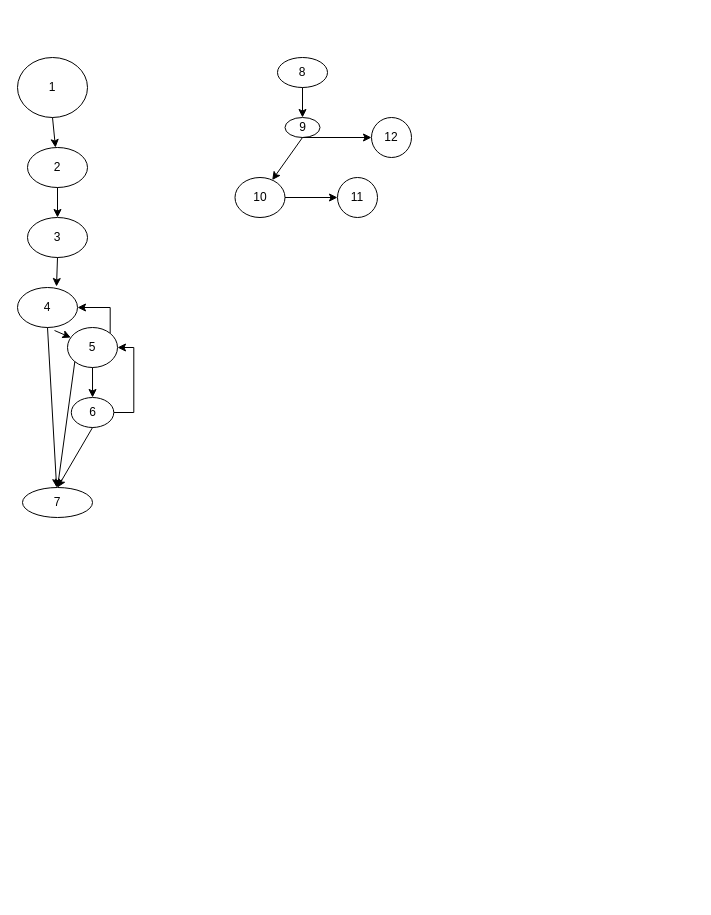
The draw.io diagram Diagrama sin título.drawio in joqix/PrimerVideojuego, before the edit. Source tidied: cells renumbered, new cells numbered last; positions are measured from the earlier drawing's top-left corner, leaving out a move shared by most shapes. Both pictures are drawn from the tidied source at 100%, with x=0, y=0 at pixel (17, 57).
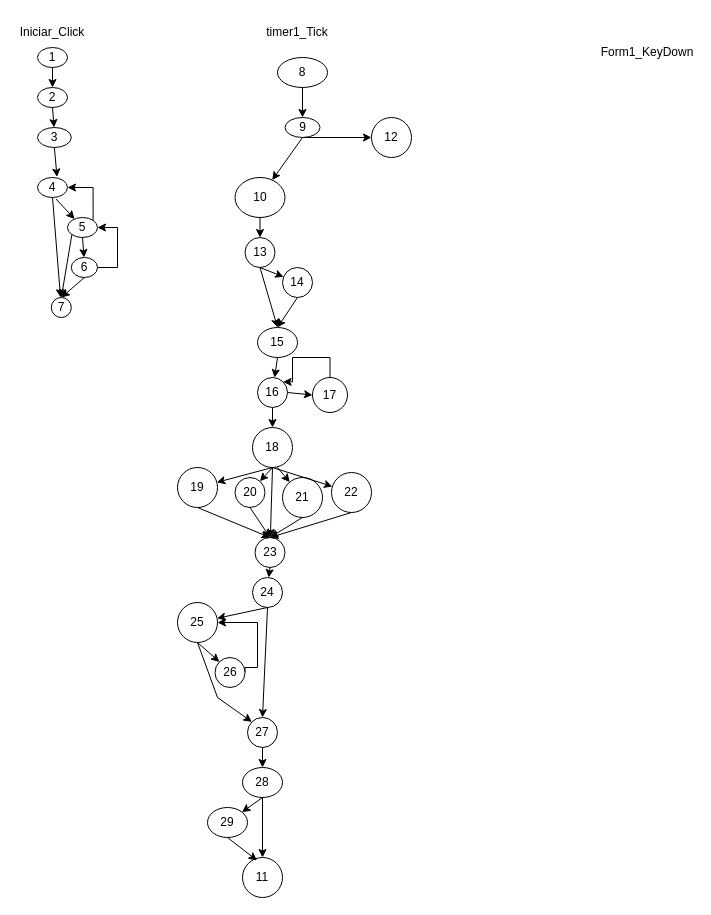
The same page after the edit.

The change refers to these unchanged cells:
```xml
<mxCell id="23" value="10" style="ellipse;whiteSpace=wrap;html=1;" parent="1" vertex="1">
  <mxGeometry x="217.5" y="120" width="50" height="40" as="geometry" />
</mxCell>
```

Change to the diagram source:
```diff
@@
     <mxCell id="2" value="1" style="ellipse;whiteSpace=wrap;html=1;" parent="1" vertex="1">
-      <mxGeometry width="70" height="60" as="geometry" />
+      <mxGeometry x="20" y="-10" width="30" height="20" as="geometry" />
     </mxCell>
@@
     <mxCell id="4" value="2" style="ellipse;whiteSpace=wrap;html=1;" parent="1" vertex="1">
-      <mxGeometry x="10" y="90" width="60" height="40" as="geometry" />
+      <mxGeometry x="20" y="30" width="30" height="20" as="geometry" />
     </mxCell>
@@
     <mxCell id="6" value="3" style="ellipse;whiteSpace=wrap;html=1;" parent="1" vertex="1">
-      <mxGeometry x="10" y="160" width="60" height="40" as="geometry" />
+      <mxGeometry x="20" y="70" width="33.8" height="20" as="geometry" />
     </mxCell>
@@
     <mxCell id="8" value="4" style="ellipse;whiteSpace=wrap;html=1;" parent="1" vertex="1">
-      <mxGeometry y="230" width="60" height="40" as="geometry" />
+      <mxGeometry x="20" y="120" width="30" height="20" as="geometry" />
     </mxCell>
@@
     <mxCell id="12" value="5" style="ellipse;whiteSpace=wrap;html=1;" parent="1" vertex="1">
-      <mxGeometry x="50" y="270" width="50" height="40" as="geometry" />
+      <mxGeometry x="50" y="160" width="30" height="20" as="geometry" />
     </mxCell>
@@
     <mxCell id="15" value="6" style="ellipse;whiteSpace=wrap;html=1;" parent="1" vertex="1">
-      <mxGeometry x="53.8" y="340" width="42.5" height="30" as="geometry" />
+      <mxGeometry x="53.8" y="200" width="26.2" height="20" as="geometry" />
     </mxCell>
     <mxCell id="16" value="7" style="ellipse;whiteSpace=wrap;html=1;" parent="1" vertex="1">
-      <mxGeometry x="5" y="430" width="70" height="30" as="geometry" />
+      <mxGeometry x="33.8" y="240" width="20" height="20" as="geometry" />
     </mxCell>
@@
-    <mxCell id="26" style="endArrow=classic;html=1;rounded=0;exitX=1;exitY=0.5;exitDx=0;exitDy=0;" parent="1" edge="1" source="23" target="27">
-      <mxGeometry relative="1" as="geometry" />
-    </mxCell>
     <mxCell id="27" value="11" style="ellipse;whiteSpace=wrap;html=1;" parent="1" vertex="1">
-      <mxGeometry x="320" y="120" width="40" height="40" as="geometry" />
+      <mxGeometry x="225" y="800" width="40" height="40" as="geometry" />
     </mxCell>
+    <mxCell id="28" value="Iniciar_Click" style="text;html=1;strokeColor=none;fillColor=none;align=center;verticalAlign=middle;whiteSpace=wrap;rounded=0;" parent="1" vertex="1">
+      <mxGeometry x="5" y="-40" width="60" height="30" as="geometry" />
+    </mxCell>
+    <mxCell id="29" value="timer1_Tick" style="text;html=1;strokeColor=none;fillColor=none;align=center;verticalAlign=middle;whiteSpace=wrap;rounded=0;" parent="1" vertex="1">
+      <mxGeometry x="250" y="-40" width="60" height="30" as="geometry" />
+    </mxCell>
+    <mxCell id="30" value="Form1_KeyDown" style="text;html=1;strokeColor=none;fillColor=none;align=center;verticalAlign=middle;whiteSpace=wrap;rounded=0;" parent="1" vertex="1">
+      <mxGeometry x="600" y="-20" width="60" height="30" as="geometry" />
+    </mxCell>
+    <mxCell id="31" style="endArrow=classic;html=1;rounded=0;exitX=0.5;exitY=1;exitDx=0;exitDy=0;" parent="1" edge="1" source="23" target="32">
+      <mxGeometry relative="1" as="geometry" />
+    </mxCell>
+    <mxCell id="32" value="13" style="ellipse;whiteSpace=wrap;html=1;" parent="1" vertex="1">
+      <mxGeometry x="227.5" y="180" width="30" height="30" as="geometry" />
+    </mxCell>
+    <mxCell id="33" style="endArrow=classic;html=1;rounded=0;exitX=0.5;exitY=1;exitDx=0;exitDy=0;entryX=0.5;entryY=0;entryDx=0;entryDy=0;" parent="1" edge="1" source="32" target="36">
+      <mxGeometry relative="1" as="geometry" />
+    </mxCell>
+    <mxCell id="34" style="endArrow=classic;html=1;rounded=0;exitX=0.5;exitY=1;exitDx=0;exitDy=0;" parent="1" edge="1" source="32" target="35">
+      <mxGeometry relative="1" as="geometry" />
+    </mxCell>
+    <mxCell id="35" value="14" style="ellipse;whiteSpace=wrap;html=1;" parent="1" vertex="1">
+      <mxGeometry x="265" y="210" width="30" height="30" as="geometry" />
+    </mxCell>
+    <mxCell id="36" value="15&lt;br&gt;" style="ellipse;whiteSpace=wrap;html=1;" parent="1" vertex="1">
+      <mxGeometry x="240" y="270" width="40" height="30" as="geometry" />
+    </mxCell>
+    <mxCell id="37" style="endArrow=classic;html=1;rounded=0;exitX=0.5;exitY=1;exitDx=0;exitDy=0;entryX=0.5;entryY=0;entryDx=0;entryDy=0;" parent="1" edge="1" source="35" target="36">
+      <mxGeometry relative="1" as="geometry" />
+    </mxCell>
+    <mxCell id="38" style="endArrow=classic;html=1;rounded=0;exitX=0.5;exitY=1;exitDx=0;exitDy=0;" parent="1" edge="1" source="36" target="39">
+      <mxGeometry relative="1" as="geometry" />
+    </mxCell>
+    <mxCell id="39" value="16" style="ellipse;whiteSpace=wrap;html=1;" parent="1" vertex="1">
+      <mxGeometry x="240" y="320" width="30" height="30" as="geometry" />
+    </mxCell>
+    <mxCell id="40" style="edgeStyle=orthogonalEdgeStyle;rounded=0;jettySize=auto;html=1;exitX=0.5;exitY=0;exitDx=0;exitDy=0;entryX=1;entryY=0;entryDx=0;entryDy=0;" parent="1" edge="1" source="41" target="39">
+      <mxGeometry relative="1" as="geometry" />
+    </mxCell>
+    <mxCell id="41" value="17&lt;br&gt;" style="ellipse;whiteSpace=wrap;html=1;" parent="1" vertex="1">
+      <mxGeometry x="295" y="320" width="35" height="35" as="geometry" />
+    </mxCell>
+    <mxCell id="42" style="endArrow=classic;html=1;rounded=0;exitX=1;exitY=0.5;exitDx=0;exitDy=0;entryX=0;entryY=0.5;entryDx=0;entryDy=0;" parent="1" edge="1" source="39" target="41">
+      <mxGeometry relative="1" as="geometry" />
+    </mxCell>
+    <mxCell id="43" value="18&lt;br&gt;" style="ellipse;whiteSpace=wrap;html=1;" parent="1" vertex="1">
+      <mxGeometry x="235" y="370" width="40" height="40" as="geometry" />
+    </mxCell>
+    <mxCell id="44" style="endArrow=classic;html=1;rounded=0;exitX=0.5;exitY=1;exitDx=0;exitDy=0;entryX=0.5;entryY=0;entryDx=0;entryDy=0;" parent="1" edge="1" source="39" target="43">
+      <mxGeometry relative="1" as="geometry" />
+    </mxCell>
+    <mxCell id="45" style="endArrow=classic;html=1;rounded=0;exitX=0.5;exitY=1;exitDx=0;exitDy=0;" parent="1" edge="1" source="43" target="46">
+      <mxGeometry relative="1" as="geometry" />
+    </mxCell>
+    <mxCell id="46" value="19" style="ellipse;whiteSpace=wrap;html=1;" parent="1" vertex="1">
+      <mxGeometry x="160" y="410" width="40" height="40" as="geometry" />
+    </mxCell>
+    <mxCell id="47" style="endArrow=classic;html=1;rounded=0;exitX=0.5;exitY=1;exitDx=0;exitDy=0;" parent="1" edge="1" source="43" target="48">
+      <mxGeometry relative="1" as="geometry" />
+    </mxCell>
+    <mxCell id="48" value="20" style="ellipse;whiteSpace=wrap;html=1;" parent="1" vertex="1">
+      <mxGeometry x="217.5" y="420" width="30" height="30" as="geometry" />
+    </mxCell>
+    <mxCell id="49" style="endArrow=classic;html=1;rounded=0;" parent="1" edge="1" target="50">
+      <mxGeometry relative="1" as="geometry">
+        <mxPoint x="260" y="410" as="sourcePoint" />
+      </mxGeometry>
+    </mxCell>
+    <mxCell id="50" value="21" style="ellipse;whiteSpace=wrap;html=1;" parent="1" vertex="1">
+      <mxGeometry x="265" y="420" width="40" height="40" as="geometry" />
+    </mxCell>
+    <mxCell id="51" style="endArrow=classic;html=1;rounded=0;exitX=0.5;exitY=1;exitDx=0;exitDy=0;" parent="1" edge="1" source="43" target="52">
+      <mxGeometry relative="1" as="geometry" />
+    </mxCell>
+    <mxCell id="52" value="22" style="ellipse;whiteSpace=wrap;html=1;" parent="1" vertex="1">
+      <mxGeometry x="314" y="415" width="40" height="40" as="geometry" />
+    </mxCell>
+    <mxCell id="53" style="endArrow=classic;html=1;rounded=0;exitX=0.5;exitY=1;exitDx=0;exitDy=0;" parent="1" edge="1" source="43" target="54">
+      <mxGeometry relative="1" as="geometry" />
+    </mxCell>
+    <mxCell id="54" value="23" style="ellipse;whiteSpace=wrap;html=1;" parent="1" vertex="1">
+      <mxGeometry x="237.5" y="480" width="30" height="30" as="geometry" />
+    </mxCell>
+    <mxCell id="55" style="endArrow=classic;html=1;rounded=0;exitX=0.5;exitY=1;exitDx=0;exitDy=0;entryX=0.5;entryY=0;entryDx=0;entryDy=0;" parent="1" edge="1" source="46" target="54">
+      <mxGeometry relative="1" as="geometry" />
+    </mxCell>
+    <mxCell id="56" style="endArrow=classic;html=1;rounded=0;exitX=0.5;exitY=1;exitDx=0;exitDy=0;entryX=0.5;entryY=0;entryDx=0;entryDy=0;" parent="1" edge="1" source="48" target="54">
+      <mxGeometry relative="1" as="geometry" />
+    </mxCell>
+    <mxCell id="57" style="endArrow=classic;html=1;rounded=0;exitX=0.5;exitY=1;exitDx=0;exitDy=0;entryX=0.5;entryY=0;entryDx=0;entryDy=0;" parent="1" edge="1" source="50" target="54">
+      <mxGeometry relative="1" as="geometry" />
+    </mxCell>
+    <mxCell id="58" style="endArrow=classic;html=1;rounded=0;exitX=0.5;exitY=1;exitDx=0;exitDy=0;entryX=0.5;entryY=0;entryDx=0;entryDy=0;" parent="1" edge="1" source="52" target="54">
+      <mxGeometry relative="1" as="geometry" />
+    </mxCell>
+    <mxCell id="59" style="endArrow=classic;html=1;rounded=0;exitX=0.5;exitY=1;exitDx=0;exitDy=0;" parent="1" edge="1" source="54" target="60">
+      <mxGeometry relative="1" as="geometry" />
+    </mxCell>
+    <mxCell id="60" value="24" style="ellipse;whiteSpace=wrap;html=1;" parent="1" vertex="1">
+      <mxGeometry x="235" y="520" width="30" height="30" as="geometry" />
+    </mxCell>
+    <mxCell id="61" style="endArrow=classic;html=1;rounded=0;exitX=0.5;exitY=1;exitDx=0;exitDy=0;" parent="1" edge="1" source="60" target="63">
+      <mxGeometry relative="1" as="geometry" />
+    </mxCell>
+    <mxCell id="62" style="endArrow=classic;html=1;rounded=0;exitX=0.5;exitY=1;exitDx=0;exitDy=0;entryX=0.5;entryY=0;entryDx=0;entryDy=0;" parent="1" edge="1" source="60" target="67">
+      <mxGeometry relative="1" as="geometry" />
+    </mxCell>
+    <mxCell id="63" value="25" style="ellipse;whiteSpace=wrap;html=1;" parent="1" vertex="1">
+      <mxGeometry x="160" y="545" width="40" height="40" as="geometry" />
+    </mxCell>
+    <mxCell id="64" style="edgeStyle=orthogonalEdgeStyle;rounded=0;jettySize=auto;html=1;exitX=1;exitY=0.5;exitDx=0;exitDy=0;entryX=1;entryY=0.5;entryDx=0;entryDy=0;" parent="1" edge="1" source="65" target="63">
+      <mxGeometry relative="1" as="geometry">
+        <Array as="points">
+          <mxPoint x="228" y="610" />
+          <mxPoint x="240" y="610" />
+          <mxPoint x="240" y="565" />
+        </Array>
+      </mxGeometry>
+    </mxCell>
+    <mxCell id="65" value="26" style="ellipse;whiteSpace=wrap;html=1;" parent="1" vertex="1">
+      <mxGeometry x="197.5" y="600" width="30" height="30" as="geometry" />
+    </mxCell>
+    <mxCell id="66" style="endArrow=classic;html=1;rounded=0;exitX=0.5;exitY=1;exitDx=0;exitDy=0;entryX=0;entryY=0;entryDx=0;entryDy=0;" parent="1" edge="1" source="63" target="65">
+      <mxGeometry relative="1" as="geometry" />
+    </mxCell>
+    <mxCell id="67" value="27&lt;br&gt;" style="ellipse;whiteSpace=wrap;html=1;" parent="1" vertex="1">
+      <mxGeometry x="230" y="660" width="30" height="30" as="geometry" />
+    </mxCell>
+    <mxCell id="68" style="endArrow=classic;html=1;rounded=0;exitX=0.5;exitY=1;exitDx=0;exitDy=0;entryX=0;entryY=0;entryDx=0;entryDy=0;" parent="1" edge="1" source="63" target="67">
+      <mxGeometry relative="1" as="geometry">
+        <Array as="points">
+          <mxPoint x="200" y="640" />
+        </Array>
+      </mxGeometry>
+    </mxCell>
+    <mxCell id="69" value="28" style="ellipse;whiteSpace=wrap;html=1;" parent="1" vertex="1">
+      <mxGeometry x="225" y="710" width="40" height="30" as="geometry" />
+    </mxCell>
+    <mxCell id="70" style="endArrow=classic;html=1;rounded=0;exitX=0.5;exitY=1;exitDx=0;exitDy=0;entryX=0.5;entryY=0;entryDx=0;entryDy=0;" parent="1" edge="1" source="67" target="69">
+      <mxGeometry relative="1" as="geometry" />
+    </mxCell>
+    <mxCell id="71" style="endArrow=classic;html=1;rounded=0;exitX=0.5;exitY=1;exitDx=0;exitDy=0;" parent="1" edge="1" source="69" target="72">
+      <mxGeometry relative="1" as="geometry" />
+    </mxCell>
+    <mxCell id="72" value="29" style="ellipse;whiteSpace=wrap;html=1;" parent="1" vertex="1">
+      <mxGeometry x="190" y="750" width="40" height="30" as="geometry" />
+    </mxCell>
+    <mxCell id="73" style="endArrow=classic;html=1;rounded=0;exitX=0.5;exitY=1;exitDx=0;exitDy=0;entryX=0.5;entryY=0;entryDx=0;entryDy=0;" parent="1" edge="1" source="69" target="27">
+      <mxGeometry relative="1" as="geometry" />
+    </mxCell>
+    <mxCell id="74" style="endArrow=classic;html=1;rounded=0;exitX=0.5;exitY=1;exitDx=0;exitDy=0;entryX=0.363;entryY=0.075;entryDx=0;entryDy=0;entryPerimeter=0;" parent="1" edge="1" source="72" target="27">
+      <mxGeometry relative="1" as="geometry" />
+    </mxCell>
```
